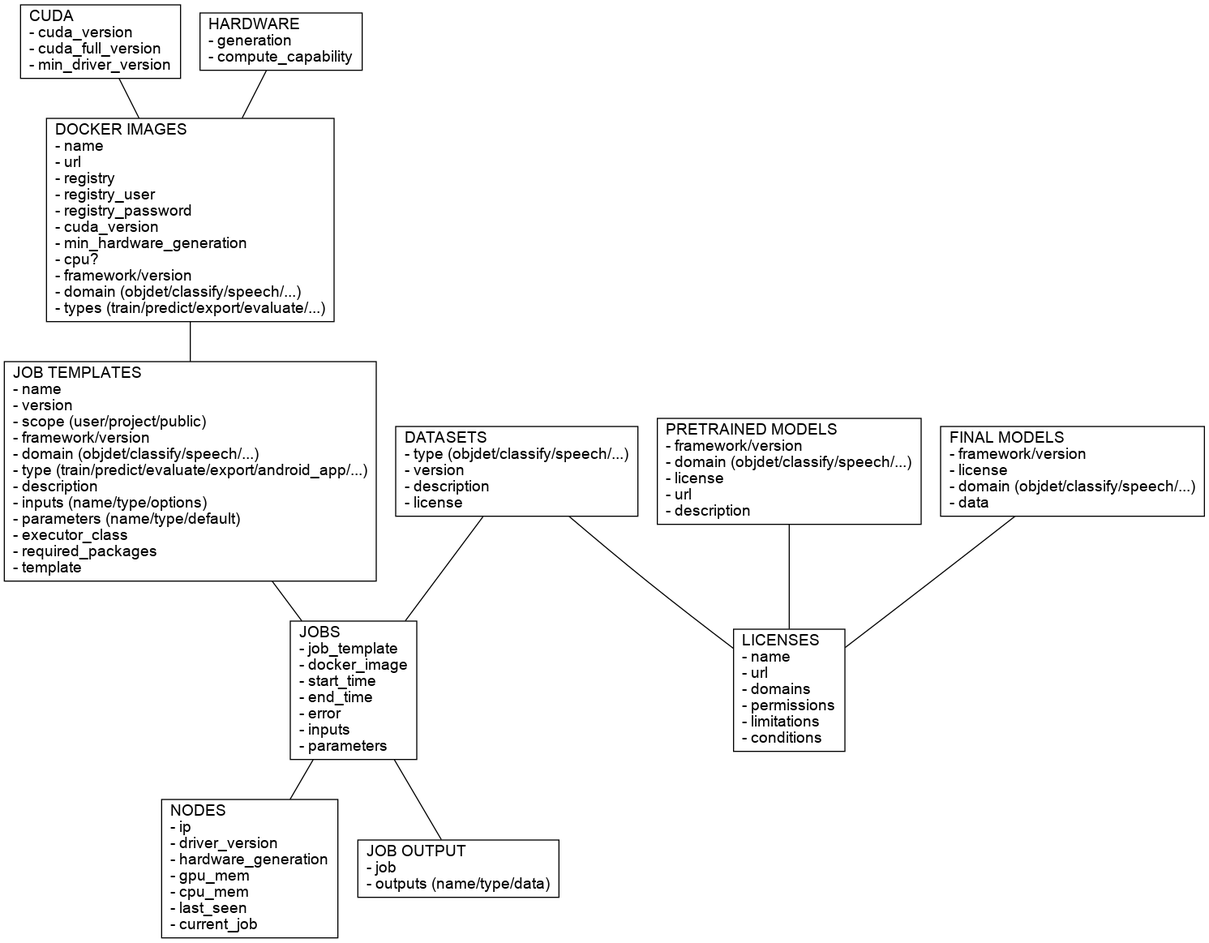
This is docs/img/api.png from waikato-ufdl/ufdl-api, a Graphviz export, as it was before one commit. Its source is kept beside it as docs/img/api.dot.
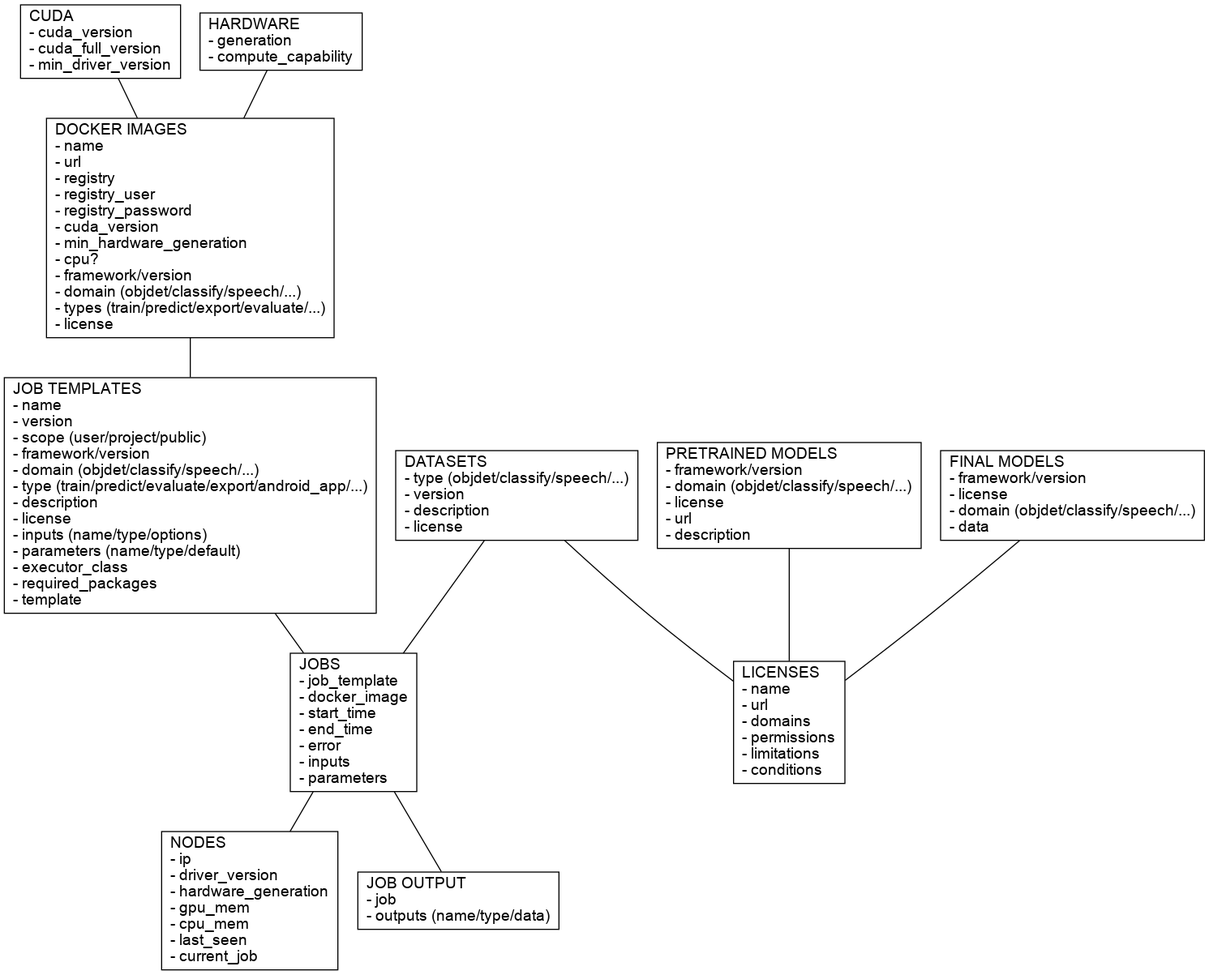
After the commit.

Commit message:
added license to job templates and docker images

What changed in the source:
```diff
@@ -10,9 +10,9 @@
   final_models [label = "FINAL MODELS\l- framework/version\l- license\l- domain (objdet/classify/speech/...)\l- data\l"];
   nodes [label = "NODES\l- ip\l- driver_version\l- hardware_generation\l- gpu_mem\l- cpu_mem\l- last_seen\l- current_job\l"];
   jobs [label = "JOBS\l- job_template\l- docker_image\l- start_time\l- end_time\l- error\l- inputs\l- parameters\l"];
-  job_templates [label = "JOB TEMPLATES\l- name\l- version\l- scope (user/project/public)\l- framework/version\l- domain (objdet/classify/speech/...)\l- type (train/predict/evaluate/export/android_app/...)\l- description\l- inputs (name/type/options)\l- parameters (name/type/default)\l- executor_class\l- required_packages\l- template\l"];
+  job_templates [label = "JOB TEMPLATES\l- name\l- version\l- scope (user/project/public)\l- framework/version\l- domain (objdet/classify/speech/...)\l- type (train/predict/evaluate/export/android_app/...)\l- description\l- license\l- inputs (name/type/options)\l- parameters (name/type/default)\l- executor_class\l- required_packages\l- template\l"];
   job_output [label = "JOB OUTPUT\l- job\l- outputs (name/type/data)\l"];
-  docker_images [label = "DOCKER IMAGES\l- name\l- url\l- registry\l- registry_user\l- registry_password\l- cuda_version\l- min_hardware_generation\l- cpu?\l- framework/version\l- domain (objdet/classify/speech/...)\l- types (train/predict/export/evaluate/...)"];
+  docker_images [label = "DOCKER IMAGES\l- name\l- url\l- registry\l- registry_user\l- registry_password\l- cuda_version\l- min_hardware_generation\l- cpu?\l- framework/version\l- domain (objdet/classify/speech/...)\l- types (train/predict/export/evaluate/...)\l- license\l"];
 
   cuda -- docker_images;
   hardware -- docker_images;
```
